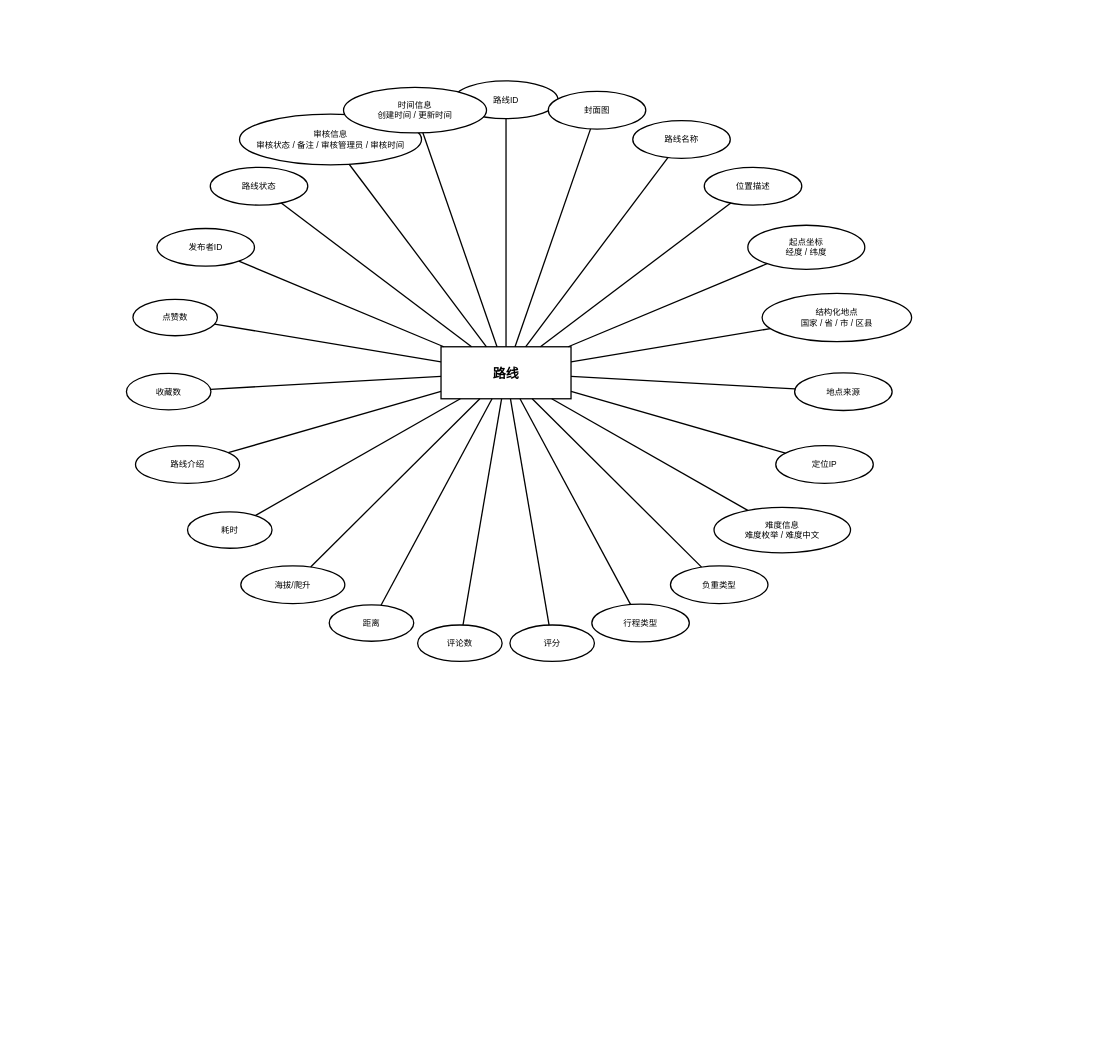
The draw.io diagram DOCS/thesis/figures/entity-diagrams/trails/trails_entity.drawio in 612cs/TrailQuest, before the edit. Source tidied: cells renumbered, new cells numbered last; positions are measured from the earlier drawing's top-left corner, leaving out a move shared by most shapes. Both pictures are drawn from the tidied source at 65%, with x=0, y=0 at pixel (126, 81).
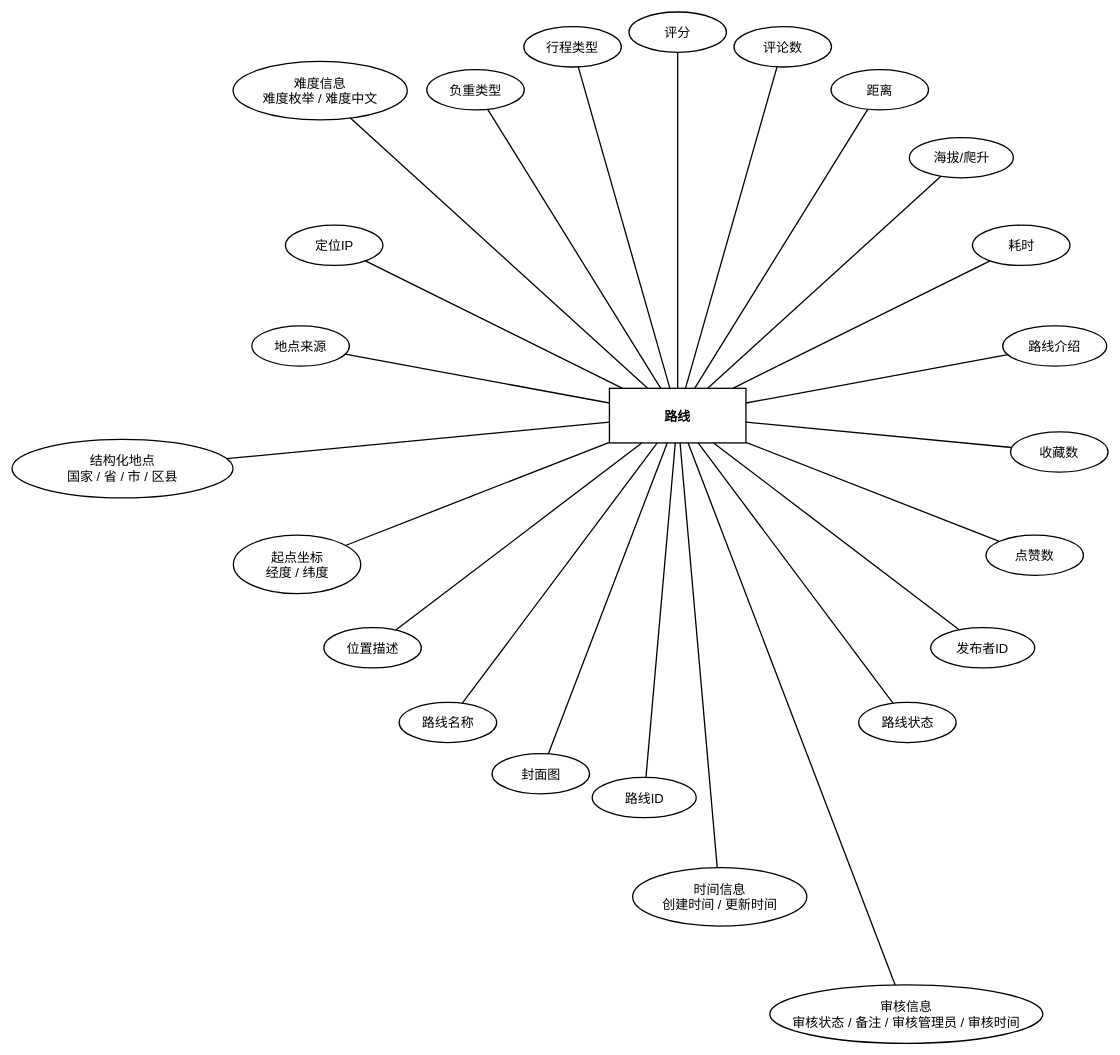
Above is the later version.

Diff of the diagram source:
```diff
@@
-    <mxCell id="2" value="路线" style="rounded=0;whiteSpace=wrap;html=1;fillColor=#ffffff;strokeColor=#000000;fontColor=#000000;fontFamily=Arial;fontSize=20;fontStyle=1;align=center;verticalAlign=middle;strokeWidth=2;" parent="1" vertex="1">
-      <mxGeometry x="484" y="409" width="200" height="80" as="geometry" />
+    <mxCell id="2" value="路线" style="rounded=0;whiteSpace=wrap;html=1;fillColor=none;strokeColor=#000000;fontColor=#000000;fontFamily=Arial;fontSize=20;fontStyle=1;align=center;verticalAlign=middle;strokeWidth=2;gradientColor=none;shadow=0;glass=0;" parent="1" vertex="1">
+      <mxGeometry x="743.1" y="472.9" width="210" height="84" as="geometry" />
     </mxCell>
-    <mxCell id="3" value="路线ID" style="ellipse;whiteSpace=wrap;html=1;fillColor=#ffffff;strokeColor=#000000;fontColor=#000000;fontFamily=Arial;fontSize=13;align=center;verticalAlign=middle;strokeWidth=2;" parent="1" vertex="1">
-      <mxGeometry x="504" width="160" height="58" as="geometry" />
+    <mxCell id="3" value="路线ID" style="ellipse;whiteSpace=wrap;html=1;fillColor=none;strokeColor=#000000;fontColor=#000000;fontFamily=Arial;fontSize=20;align=center;verticalAlign=middle;strokeWidth=2;gradientColor=none;shadow=0;glass=0;" parent="1" vertex="1">
+      <mxGeometry x="716.6" y="1071.5" width="160" height="62" as="geometry" />
     </mxCell>
-    <mxCell id="4" value="封面图" style="ellipse;whiteSpace=wrap;html=1;fillColor=#ffffff;strokeColor=#000000;fontColor=#000000;fontFamily=Arial;fontSize=13;align=center;verticalAlign=middle;strokeWidth=2;" parent="1" vertex="1">
-      <mxGeometry x="649" y="16" width="150" height="58" as="geometry" />
+    <mxCell id="4" value="封面图" style="ellipse;whiteSpace=wrap;html=1;fillColor=none;strokeColor=#000000;fontColor=#000000;fontFamily=Arial;fontSize=20;align=center;verticalAlign=middle;strokeWidth=2;gradientColor=none;shadow=0;glass=0;" parent="1" vertex="1">
+      <mxGeometry x="562.5" y="1034.8" width="150" height="62" as="geometry" />
     </mxCell>
-    <mxCell id="5" value="路线名称" style="ellipse;whiteSpace=wrap;html=1;fillColor=#ffffff;strokeColor=#000000;fontColor=#000000;fontFamily=Arial;fontSize=13;align=center;verticalAlign=middle;strokeWidth=2;" parent="1" vertex="1">
-      <mxGeometry x="779" y="61" width="150" height="58" as="geometry" />
+    <mxCell id="5" value="路线名称" style="ellipse;whiteSpace=wrap;html=1;fillColor=none;strokeColor=#000000;fontColor=#000000;fontFamily=Arial;fontSize=20;align=center;verticalAlign=middle;strokeWidth=2;gradientColor=none;shadow=0;glass=0;" parent="1" vertex="1">
+      <mxGeometry x="419.6" y="956" width="150" height="62" as="geometry" />
     </mxCell>
-    <mxCell id="6" value="位置描述" style="ellipse;whiteSpace=wrap;html=1;fillColor=#ffffff;strokeColor=#000000;fontColor=#000000;fontFamily=Arial;fontSize=13;align=center;verticalAlign=middle;strokeWidth=2;" parent="1" vertex="1">
-      <mxGeometry x="889" y="133" width="150" height="58" as="geometry" />
+    <mxCell id="6" value="位置描述" style="ellipse;whiteSpace=wrap;html=1;fillColor=none;strokeColor=#000000;fontColor=#000000;fontFamily=Arial;fontSize=20;align=center;verticalAlign=middle;strokeWidth=2;gradientColor=none;shadow=0;glass=0;" parent="1" vertex="1">
+      <mxGeometry x="303.7" y="841.1" width="150" height="62" as="geometry" />
     </mxCell>
-    <mxCell id="7" value="起点坐标&#10;经度 / 纬度" style="ellipse;whiteSpace=wrap;html=1;fillColor=#ffffff;strokeColor=#000000;fontColor=#000000;fontFamily=Arial;fontSize=13;align=center;verticalAlign=middle;strokeWidth=2;" parent="1" vertex="1">
-      <mxGeometry x="956" y="222" width="180" height="68" as="geometry" />
+    <mxCell id="7" value="起点坐标&#10;经度 / 纬度" style="ellipse;whiteSpace=wrap;html=1;fillColor=none;strokeColor=#000000;fontColor=#000000;fontFamily=Arial;fontSize=20;align=center;verticalAlign=middle;strokeWidth=2;gradientColor=none;shadow=0;glass=0;" parent="1" vertex="1">
+      <mxGeometry x="164.5" y="698.9" width="196" height="90" as="geometry" />
     </mxCell>
-    <mxCell id="8" value="结构化地点&#10;国家 / 省 / 市 / 区县" style="ellipse;whiteSpace=wrap;html=1;fillColor=#ffffff;strokeColor=#000000;fontColor=#000000;fontFamily=Arial;fontSize=13;align=center;verticalAlign=middle;strokeWidth=2;" parent="1" vertex="1">
-      <mxGeometry x="978" y="327" width="230" height="74" as="geometry" />
+    <mxCell id="8" value="结构化地点&#10;国家 / 省 / 市 / 区县" style="ellipse;whiteSpace=wrap;html=1;fillColor=none;strokeColor=#000000;fontColor=#000000;fontFamily=Arial;fontSize=20;align=center;verticalAlign=middle;strokeWidth=2;gradientColor=none;shadow=0;glass=0;" parent="1" vertex="1">
+      <mxGeometry x="-176" y="551.4" width="340" height="90" as="geometry" />
     </mxCell>
-    <mxCell id="9" value="地点来源" style="ellipse;whiteSpace=wrap;html=1;fillColor=#ffffff;strokeColor=#000000;fontColor=#000000;fontFamily=Arial;fontSize=13;align=center;verticalAlign=middle;strokeWidth=2;" parent="1" vertex="1">
-      <mxGeometry x="1028" y="449" width="150" height="58" as="geometry" />
+    <mxCell id="9" value="地点来源" style="ellipse;whiteSpace=wrap;html=1;fillColor=none;strokeColor=#000000;fontColor=#000000;fontFamily=Arial;fontSize=20;align=center;verticalAlign=middle;strokeWidth=2;gradientColor=none;shadow=0;glass=0;" parent="1" vertex="1">
+      <mxGeometry x="193" y="376.8" width="150" height="62" as="geometry" />
     </mxCell>
-    <mxCell id="10" value="定位IP" style="ellipse;whiteSpace=wrap;html=1;fillColor=#ffffff;strokeColor=#000000;fontColor=#000000;fontFamily=Arial;fontSize=13;align=center;verticalAlign=middle;strokeWidth=2;" parent="1" vertex="1">
-      <mxGeometry x="999" y="561" width="150" height="58" as="geometry" />
+    <mxCell id="10" value="定位IP" style="ellipse;whiteSpace=wrap;html=1;fillColor=none;strokeColor=#000000;fontColor=#000000;fontFamily=Arial;fontSize=20;align=center;verticalAlign=middle;strokeWidth=2;gradientColor=none;shadow=0;glass=0;" parent="1" vertex="1">
+      <mxGeometry x="244.6" y="221.9" width="150" height="62" as="geometry" />
     </mxCell>
-    <mxCell id="11" value="难度信息&#10;难度枚举 / 难度中文" style="ellipse;whiteSpace=wrap;html=1;fillColor=#ffffff;strokeColor=#000000;fontColor=#000000;fontFamily=Arial;fontSize=13;align=center;verticalAlign=middle;strokeWidth=2;" parent="1" vertex="1">
-      <mxGeometry x="904" y="656" width="210" height="70" as="geometry" />
+    <mxCell id="11" value="难度信息&#10;难度枚举 / 难度中文" style="ellipse;whiteSpace=wrap;html=1;fillColor=none;strokeColor=#000000;fontColor=#000000;fontFamily=Arial;fontSize=20;align=center;verticalAlign=middle;strokeWidth=2;gradientColor=none;shadow=0;glass=0;" parent="1" vertex="1">
+      <mxGeometry x="164.1" y="-30.1" width="268" height="90" as="geometry" />
     </mxCell>
-    <mxCell id="12" value="负重类型" style="ellipse;whiteSpace=wrap;html=1;fillColor=#ffffff;strokeColor=#000000;fontColor=#000000;fontFamily=Arial;fontSize=13;align=center;verticalAlign=middle;strokeWidth=2;" parent="1" vertex="1">
-      <mxGeometry x="837" y="746" width="150" height="58" as="geometry" />
+    <mxCell id="12" value="负重类型" style="ellipse;whiteSpace=wrap;html=1;fillColor=none;strokeColor=#000000;fontColor=#000000;fontFamily=Arial;fontSize=20;align=center;verticalAlign=middle;strokeWidth=2;gradientColor=none;shadow=0;glass=0;" parent="1" vertex="1">
+      <mxGeometry x="462.1" y="-17.4" width="150" height="62" as="geometry" />
     </mxCell>
-    <mxCell id="13" value="行程类型" style="ellipse;whiteSpace=wrap;html=1;fillColor=#ffffff;strokeColor=#000000;fontColor=#000000;fontFamily=Arial;fontSize=13;align=center;verticalAlign=middle;strokeWidth=2;" parent="1" vertex="1">
-      <mxGeometry x="716" y="805" width="150" height="58" as="geometry" />
+    <mxCell id="13" value="行程类型" style="ellipse;whiteSpace=wrap;html=1;fillColor=none;strokeColor=#000000;fontColor=#000000;fontFamily=Arial;fontSize=20;align=center;verticalAlign=middle;strokeWidth=2;gradientColor=none;shadow=0;glass=0;" parent="1" vertex="1">
+      <mxGeometry x="611.4" y="-83.4" width="150" height="62" as="geometry" />
     </mxCell>
-    <mxCell id="14" value="评分" style="ellipse;whiteSpace=wrap;html=1;fillColor=#ffffff;strokeColor=#000000;fontColor=#000000;fontFamily=Arial;fontSize=13;align=center;verticalAlign=middle;strokeWidth=2;" parent="1" vertex="1">
-      <mxGeometry x="590" y="837" width="130" height="56" as="geometry" />
+    <mxCell id="14" value="评分" style="ellipse;whiteSpace=wrap;html=1;fillColor=none;strokeColor=#000000;fontColor=#000000;fontFamily=Arial;fontSize=20;align=center;verticalAlign=middle;strokeWidth=2;gradientColor=none;shadow=0;glass=0;" parent="1" vertex="1">
+      <mxGeometry x="773.1" y="-106" width="150" height="62" as="geometry" />
     </mxCell>
-    <mxCell id="15" value="评论数" style="ellipse;whiteSpace=wrap;html=1;fillColor=#ffffff;strokeColor=#000000;fontColor=#000000;fontFamily=Arial;fontSize=13;align=center;verticalAlign=middle;strokeWidth=2;" parent="1" vertex="1">
-      <mxGeometry x="448" y="837" width="130" height="56" as="geometry" />
+    <mxCell id="15" value="评论数" style="ellipse;whiteSpace=wrap;html=1;fillColor=none;strokeColor=#000000;fontColor=#000000;fontFamily=Arial;fontSize=20;align=center;verticalAlign=middle;strokeWidth=2;gradientColor=none;shadow=0;glass=0;" parent="1" vertex="1">
+      <mxGeometry x="934.7" y="-83.4" width="150" height="62" as="geometry" />
     </mxCell>
-    <mxCell id="16" value="距离" style="ellipse;whiteSpace=wrap;html=1;fillColor=#ffffff;strokeColor=#000000;fontColor=#000000;fontFamily=Arial;fontSize=13;align=center;verticalAlign=middle;strokeWidth=2;" parent="1" vertex="1">
-      <mxGeometry x="312" y="806" width="130" height="56" as="geometry" />
+    <mxCell id="16" value="距离" style="ellipse;whiteSpace=wrap;html=1;fillColor=none;strokeColor=#000000;fontColor=#000000;fontFamily=Arial;fontSize=20;align=center;verticalAlign=middle;strokeWidth=2;gradientColor=none;shadow=0;glass=0;" parent="1" vertex="1">
+      <mxGeometry x="1084" y="-17.4" width="150" height="62" as="geometry" />
     </mxCell>
-    <mxCell id="17" value="海拔/爬升" style="ellipse;whiteSpace=wrap;html=1;fillColor=#ffffff;strokeColor=#000000;fontColor=#000000;fontFamily=Arial;fontSize=13;align=center;verticalAlign=middle;strokeWidth=2;" parent="1" vertex="1">
-      <mxGeometry x="176" y="746" width="160" height="58" as="geometry" />
+    <mxCell id="17" value="海拔/爬升" style="ellipse;whiteSpace=wrap;html=1;fillColor=none;strokeColor=#000000;fontColor=#000000;fontFamily=Arial;fontSize=20;align=center;verticalAlign=middle;strokeWidth=2;gradientColor=none;shadow=0;glass=0;" parent="1" vertex="1">
+      <mxGeometry x="1204.5" y="87.1" width="160" height="62" as="geometry" />
     </mxCell>
-    <mxCell id="18" value="耗时" style="ellipse;whiteSpace=wrap;html=1;fillColor=#ffffff;strokeColor=#000000;fontColor=#000000;fontFamily=Arial;fontSize=13;align=center;verticalAlign=middle;strokeWidth=2;" parent="1" vertex="1">
-      <mxGeometry x="94" y="663" width="130" height="56" as="geometry" />
+    <mxCell id="18" value="耗时" style="ellipse;whiteSpace=wrap;html=1;fillColor=none;strokeColor=#000000;fontColor=#000000;fontFamily=Arial;fontSize=20;align=center;verticalAlign=middle;strokeWidth=2;gradientColor=none;shadow=0;glass=0;" parent="1" vertex="1">
+      <mxGeometry x="1301.6" y="221.9" width="150" height="62" as="geometry" />
     </mxCell>
-    <mxCell id="19" value="路线介绍" style="ellipse;whiteSpace=wrap;html=1;fillColor=#ffffff;strokeColor=#000000;fontColor=#000000;fontFamily=Arial;fontSize=13;align=center;verticalAlign=middle;strokeWidth=2;" parent="1" vertex="1">
-      <mxGeometry x="14" y="561" width="160" height="58" as="geometry" />
+    <mxCell id="19" value="路线介绍" style="ellipse;whiteSpace=wrap;html=1;fillColor=none;strokeColor=#000000;fontColor=#000000;fontFamily=Arial;fontSize=20;align=center;verticalAlign=middle;strokeWidth=2;gradientColor=none;shadow=0;glass=0;" parent="1" vertex="1">
+      <mxGeometry x="1348.1" y="376.8" width="160" height="62" as="geometry" />
     </mxCell>
-    <mxCell id="20" value="收藏数" style="ellipse;whiteSpace=wrap;html=1;fillColor=#ffffff;strokeColor=#000000;fontColor=#000000;fontFamily=Arial;fontSize=13;align=center;verticalAlign=middle;strokeWidth=2;" parent="1" vertex="1">
-      <mxGeometry y="450" width="130" height="56" as="geometry" />
+    <mxCell id="20" value="收藏数" style="ellipse;whiteSpace=wrap;html=1;fillColor=none;strokeColor=#000000;fontColor=#000000;fontFamily=Arial;fontSize=20;align=center;verticalAlign=middle;strokeWidth=2;gradientColor=none;shadow=0;glass=0;" parent="1" vertex="1">
+      <mxGeometry x="1360.2" y="539.9" width="150" height="62" as="geometry" />
     </mxCell>
-    <mxCell id="21" value="点赞数" style="ellipse;whiteSpace=wrap;html=1;fillColor=#ffffff;strokeColor=#000000;fontColor=#000000;fontFamily=Arial;fontSize=13;align=center;verticalAlign=middle;strokeWidth=2;" parent="1" vertex="1">
-      <mxGeometry x="10" y="336" width="130" height="56" as="geometry" />
+    <mxCell id="21" value="点赞数" style="ellipse;whiteSpace=wrap;html=1;fillColor=none;strokeColor=#000000;fontColor=#000000;fontFamily=Arial;fontSize=20;align=center;verticalAlign=middle;strokeWidth=2;gradientColor=none;shadow=0;glass=0;" parent="1" vertex="1">
+      <mxGeometry x="1322.4" y="698.7" width="150" height="62" as="geometry" />
     </mxCell>
-    <mxCell id="22" value="发布者ID" style="ellipse;whiteSpace=wrap;html=1;fillColor=#ffffff;strokeColor=#000000;fontColor=#000000;fontFamily=Arial;fontSize=13;align=center;verticalAlign=middle;strokeWidth=2;" parent="1" vertex="1">
-      <mxGeometry x="47" y="227" width="150" height="58" as="geometry" />
+    <mxCell id="22" value="发布者ID" style="ellipse;whiteSpace=wrap;html=1;fillColor=none;strokeColor=#000000;fontColor=#000000;fontFamily=Arial;fontSize=20;align=center;verticalAlign=middle;strokeWidth=2;gradientColor=none;shadow=0;glass=0;" parent="1" vertex="1">
+      <mxGeometry x="1237.4" y="841.1" width="160" height="62" as="geometry" />
     </mxCell>
-    <mxCell id="23" value="路线状态" style="ellipse;whiteSpace=wrap;html=1;fillColor=#ffffff;strokeColor=#000000;fontColor=#000000;fontFamily=Arial;fontSize=13;align=center;verticalAlign=middle;strokeWidth=2;" parent="1" vertex="1">
-      <mxGeometry x="129" y="133" width="150" height="58" as="geometry" />
+    <mxCell id="23" value="路线状态" style="ellipse;whiteSpace=wrap;html=1;fillColor=none;strokeColor=#000000;fontColor=#000000;fontFamily=Arial;fontSize=20;align=center;verticalAlign=middle;strokeWidth=2;gradientColor=none;shadow=0;glass=0;" parent="1" vertex="1">
+      <mxGeometry x="1126.5" y="956" width="150" height="62" as="geometry" />
     </mxCell>
-    <mxCell id="24" value="审核信息&#10;审核状态 / 备注 / 审核管理员 / 审核时间" style="ellipse;whiteSpace=wrap;html=1;fillColor=#ffffff;strokeColor=#000000;fontColor=#000000;fontFamily=Arial;fontSize=13;align=center;verticalAlign=middle;strokeWidth=2;" parent="1" vertex="1">
-      <mxGeometry x="174" y="51" width="280" height="78" as="geometry" />
+    <mxCell id="24" value="审核信息&#10;审核状态 / 备注 / 审核管理员 / 审核时间" style="ellipse;whiteSpace=wrap;html=1;fillColor=none;strokeColor=#000000;fontColor=#000000;fontFamily=Arial;fontSize=20;align=center;verticalAlign=middle;strokeWidth=2;gradientColor=none;shadow=0;glass=0;" parent="1" vertex="1">
+      <mxGeometry x="989.8" y="1390.6" width="420" height="90" as="geometry" />
     </mxCell>
-    <mxCell id="25" value="时间信息&#10;创建时间 / 更新时间" style="ellipse;whiteSpace=wrap;html=1;fillColor=#ffffff;strokeColor=#000000;fontColor=#000000;fontFamily=Arial;fontSize=13;align=center;verticalAlign=middle;strokeWidth=2;" parent="1" vertex="1">
-      <mxGeometry x="334" y="10" width="220" height="70" as="geometry" />
+    <mxCell id="25" value="时间信息&#10;创建时间 / 更新时间" style="ellipse;whiteSpace=wrap;html=1;fillColor=none;strokeColor=#000000;fontColor=#000000;fontFamily=Arial;fontSize=20;align=center;verticalAlign=middle;strokeWidth=2;gradientColor=none;shadow=0;glass=0;" parent="1" vertex="1">
+      <mxGeometry x="778.8" y="1210.2" width="268" height="90" as="geometry" />
     </mxCell>
```
